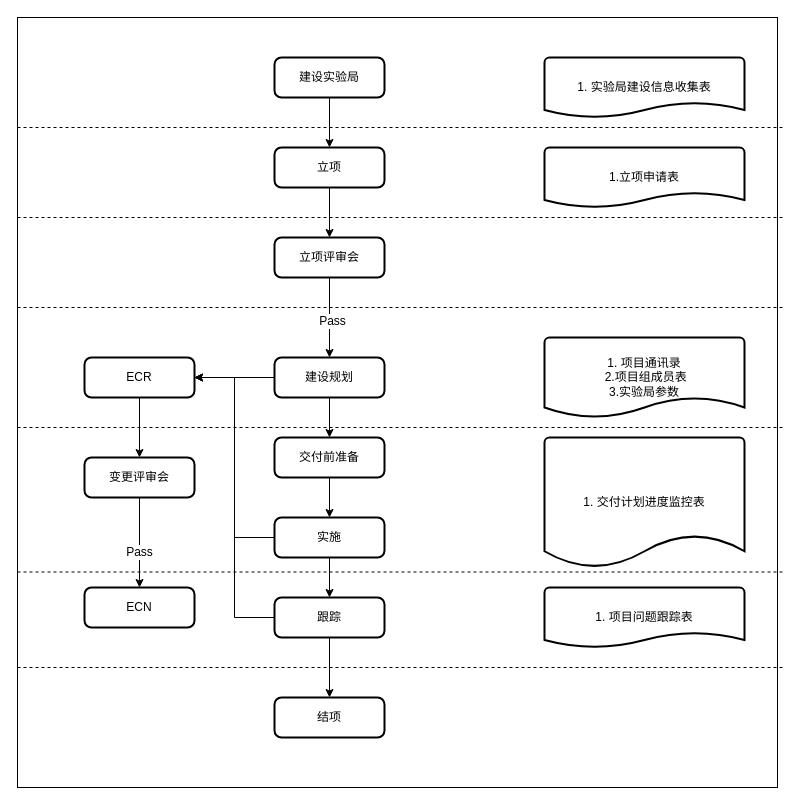
The draw.io diagram 实验局流程图.drawio in linkeyue/linkeyue, before the edit. Source tidied: cells renumbered, new cells numbered last; positions are measured from the earlier drawing's top-left corner, leaving out a move shared by most shapes. Both pictures are drawn from the tidied source at 100%, with x=0, y=0 at pixel (17, 17).
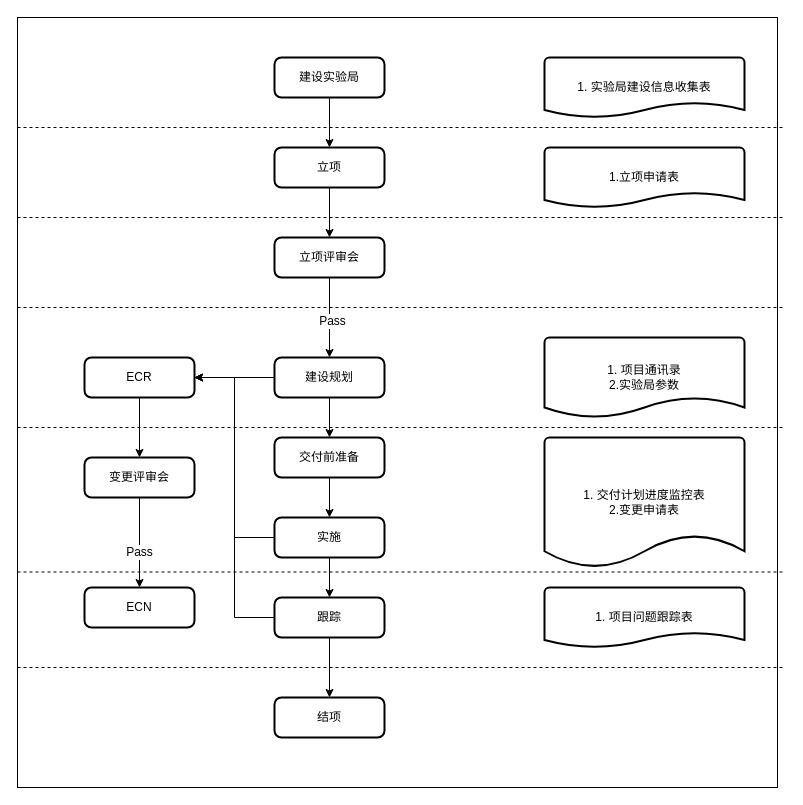
After the change.

Commit message (it also covers changes not shown here):
Update 实验局流程图.drawio

Change to the diagram source:
```diff
@@
-    <mxCell id="29" value="1. 项目通讯录&lt;br&gt;&amp;nbsp;2.项目组成员表&lt;br&gt;3.实验局参数" style="strokeWidth=2;html=1;shape=mxgraph.flowchart.document2;whiteSpace=wrap;size=0.25;" parent="1" vertex="1">
+    <mxCell id="29" value="1. 项目通讯录&lt;br&gt;2.实验局参数" style="strokeWidth=2;html=1;shape=mxgraph.flowchart.document2;whiteSpace=wrap;size=0.25;" parent="1" vertex="1">
       <mxGeometry x="527" y="320" width="200" height="80" as="geometry" />
     </mxCell>
-    <mxCell id="30" value="1. 交付计划进度监控表&lt;br&gt;" style="strokeWidth=2;html=1;shape=mxgraph.flowchart.document2;whiteSpace=wrap;size=0.25;" parent="1" vertex="1">
+    <mxCell id="30" value="1. 交付计划进度监控表&lt;br&gt;2.变更申请表" style="strokeWidth=2;html=1;shape=mxgraph.flowchart.document2;whiteSpace=wrap;size=0.25;" parent="1" vertex="1">
       <mxGeometry x="527" y="420" width="200" height="130" as="geometry" />
     </mxCell>
```
